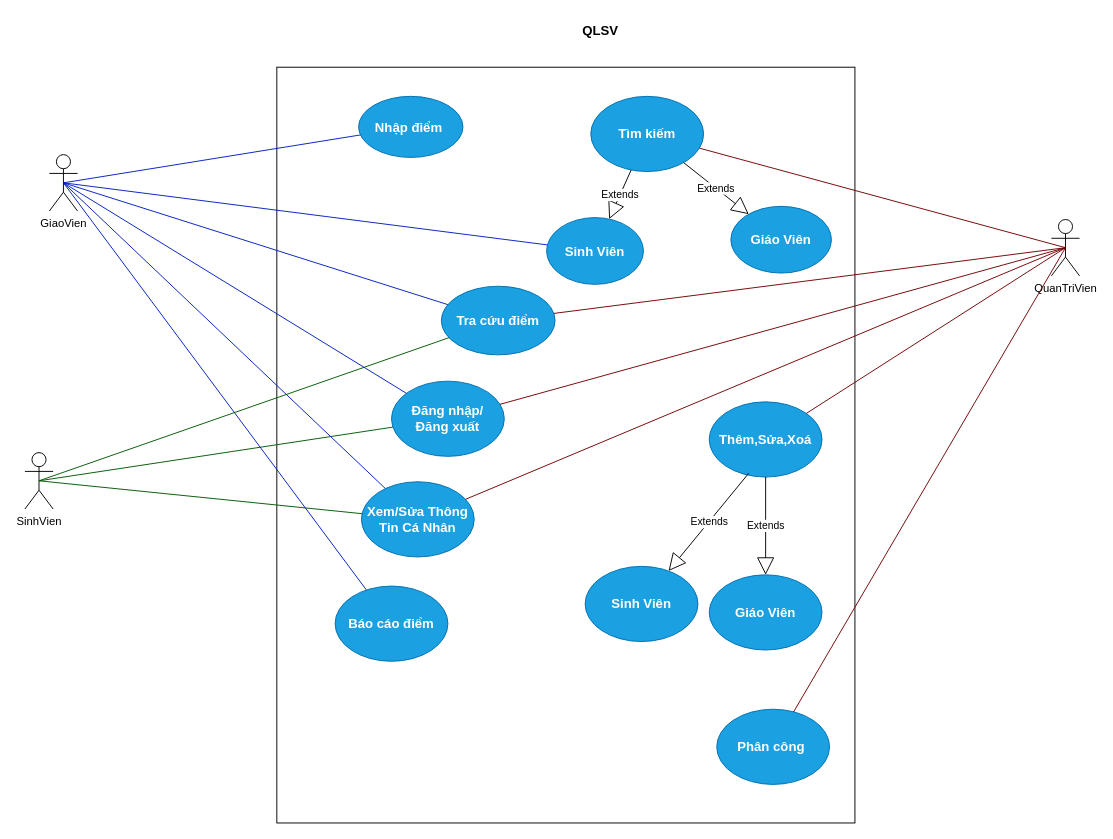
Above: USECASE_QLSV_NHOM6_2.drawio in SunNguyen123/QLSV-Nhom6 (draw.io), before the change. Source tidied: cells renumbered, new cells numbered last; positions are measured from the earlier drawing's top-left corner, leaving out a move shared by most shapes. Both pictures are drawn from the tidied source at 94%, with x=0, y=0 at pixel (24, 16).
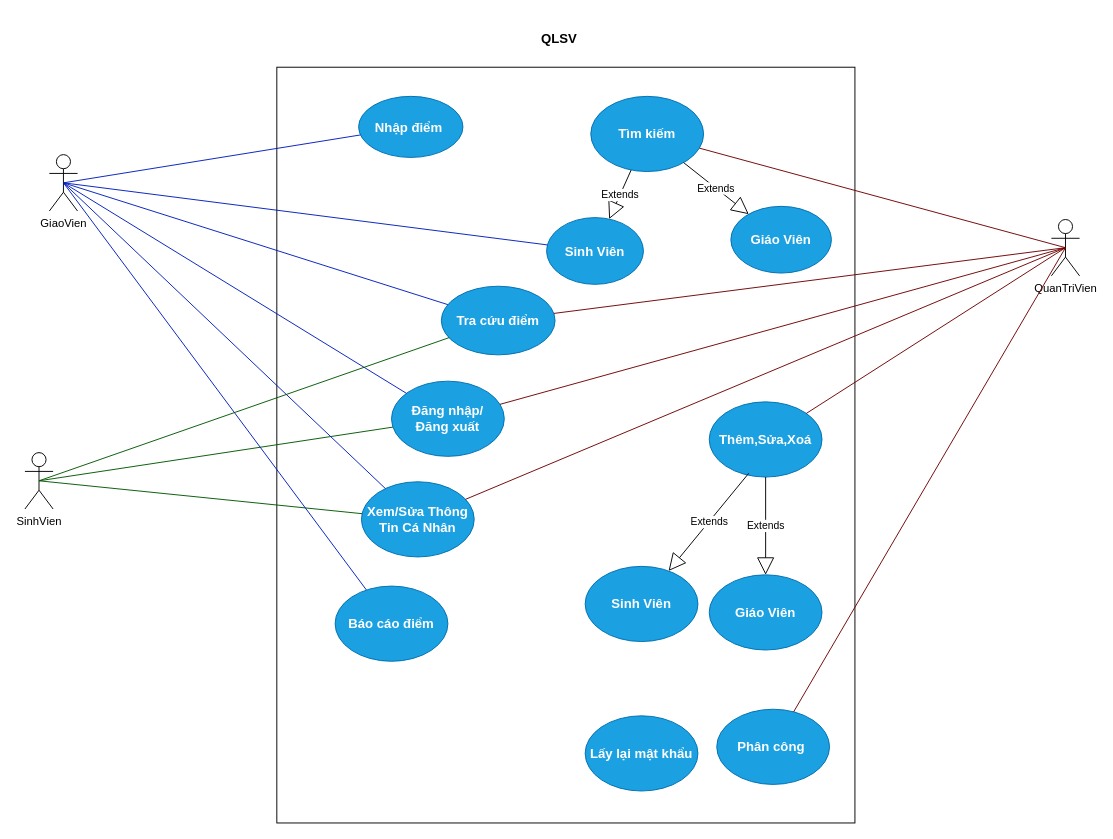
The same diagram, later.

Change to the diagram source:
```diff
@@
     <mxCell id="8" value="&lt;span style=&quot;font-size: 14px;&quot;&gt;&lt;b&gt;QLSV&lt;/b&gt;&lt;/span&gt;" style="text;html=1;align=center;verticalAlign=middle;strokeColor=none;fillColor=none;" parent="1" vertex="1">
-      <mxGeometry x="584" width="56" height="29" as="geometry" />
+      <mxGeometry x="540" y="9" width="56" height="29" as="geometry" />
     </mxCell>
@@
+    <mxCell id="38" value="Lấy lại mật khẩu" style="ellipse;whiteSpace=wrap;html=1;fillColor=#1ba1e2;fontColor=#ffffff;strokeColor=#006EAF;fontStyle=1;fontSize=14;" parent="1" vertex="1">
+      <mxGeometry x="596" y="744" width="120" height="80" as="geometry" />
+    </mxCell>
```
